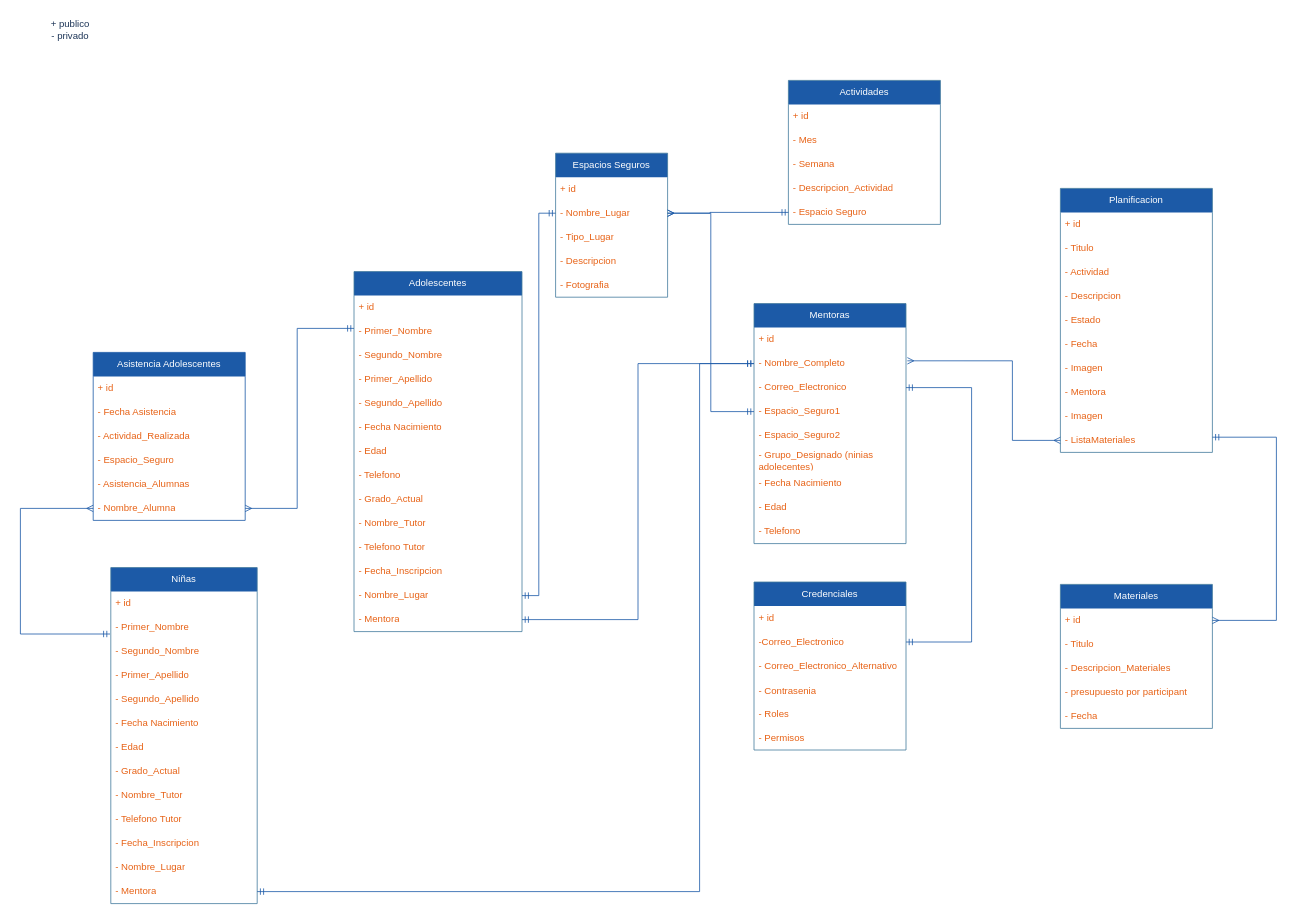
Above: page "Digrama de Clases" (3 of 5) of REDMI.drawio in NealD00/Diagramin (draw.io), before the change. Source tidied: cells renumbered, new cells numbered last; positions are measured from the earlier drawing's top-left corner, leaving out a move shared by most shapes. Both pictures are drawn from the tidied source at 80%, with x=0, y=0 at pixel (20, 14).
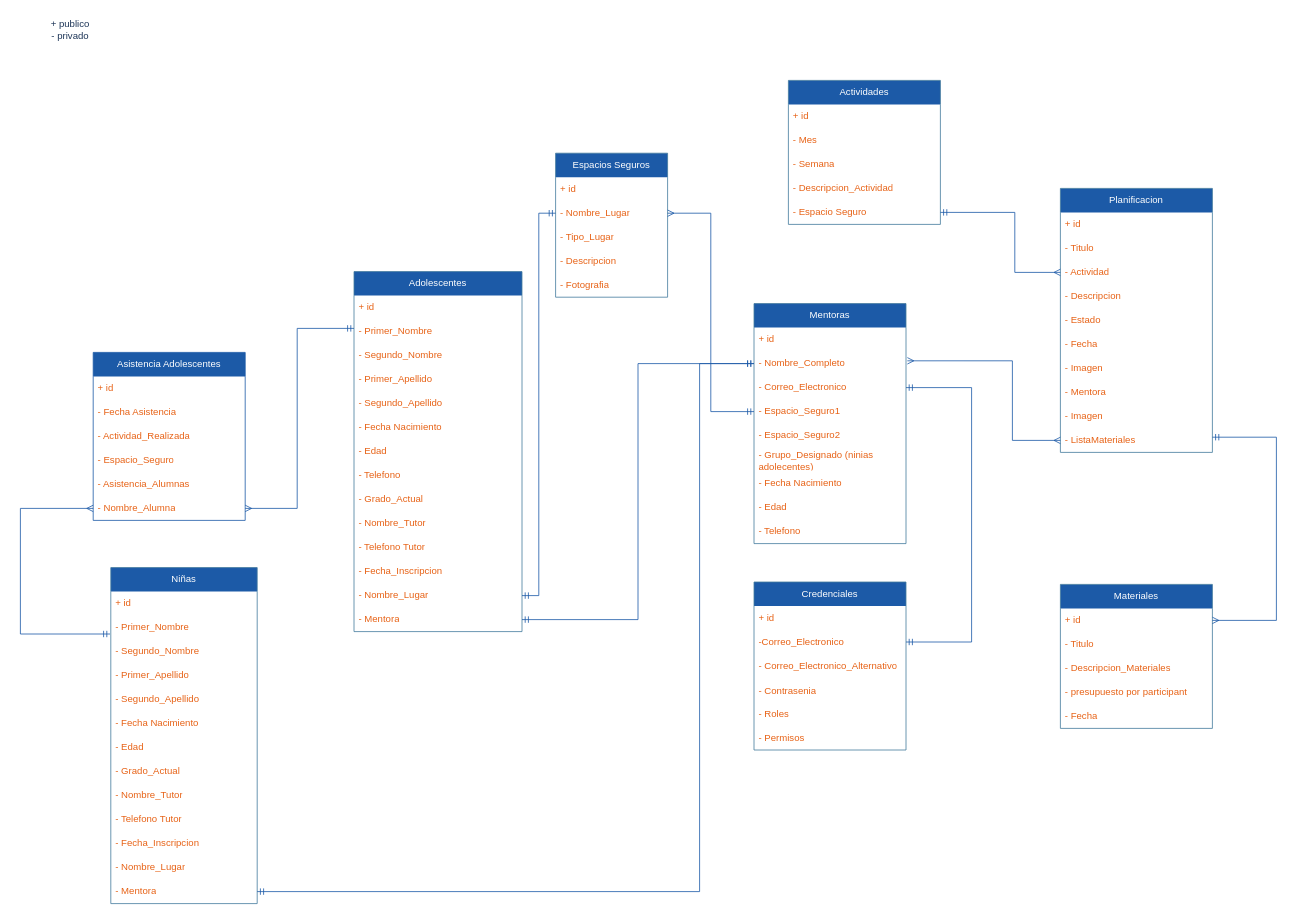
Above is the later version.

The change refers to these unchanged cells:
```xml
<mxCell id="4" value="- Nombre_Lugar" style="text;strokeColor=none;fillColor=none;align=left;verticalAlign=middle;spacingLeft=4;spacingRight=4;overflow=hidden;points=[[0,0.5],[1,0.5]];portConstraint=eastwest;whiteSpace=wrap;html=1;labelBackgroundColor=none;fontColor=#E76216;swimlaneLine=0;" parent="2" vertex="1">
  <mxGeometry y="60" width="140" height="30" as="geometry" />
</mxCell>
<mxCell id="44" value="- Actividad" style="text;strokeColor=none;fillColor=none;align=left;verticalAlign=middle;spacingLeft=4;spacingRight=4;overflow=hidden;points=[[0,0.5],[1,0.5]];portConstraint=eastwest;whiteSpace=wrap;html=1;labelBackgroundColor=none;fontColor=#E76216;swimlaneLine=0;" parent="41" vertex="1">
  <mxGeometry y="90" width="190" height="30" as="geometry" />
</mxCell>
<mxCell id="67" value="- Espacio Seguro" style="text;strokeColor=none;fillColor=none;align=left;verticalAlign=middle;spacingLeft=4;spacingRight=4;overflow=hidden;points=[[0,0.5],[1,0.5]];portConstraint=eastwest;whiteSpace=wrap;html=1;labelBackgroundColor=none;fontColor=#E76216;swimlaneLine=0;" parent="62" vertex="1">
  <mxGeometry y="150" width="190" height="30" as="geometry" />
</mxCell>
```

What changed in the source:
```diff
@@
-    <mxCell id="94" style="edgeStyle=orthogonalEdgeStyle;rounded=0;jettySize=auto;html=1;exitX=1;exitY=0.5;exitDx=0;exitDy=0;entryX=0;entryY=0.5;entryDx=0;entryDy=0;endArrow=ERmandOne;endFill=0;startArrow=ERmany;startFill=0;labelBackgroundColor=none;strokeColor=#1C5AA7;fontColor=default;swimlaneLine=0;" parent="1" edge="1" source="4" target="67">
+    <mxCell id="94" style="edgeStyle=orthogonalEdgeStyle;rounded=0;jettySize=auto;html=1;exitX=0;exitY=0.5;exitDx=0;exitDy=0;endArrow=ERmandOne;endFill=0;startArrow=ERmany;startFill=0;labelBackgroundColor=none;strokeColor=#1C5AA7;fontColor=default;swimlaneLine=0;entryX=1;entryY=0.5;entryDx=0;entryDy=0;" parent="1" edge="1" source="44" target="67">
       <mxGeometry relative="1" as="geometry">
         <Array as="points">
-          <mxPoint x="862" y="249" />
-          <mxPoint x="960" y="248" />
+          <mxPoint x="1243" y="323" />
+          <mxPoint x="1243" y="248" />
         </Array>
       </mxGeometry>
     </mxCell>
```
